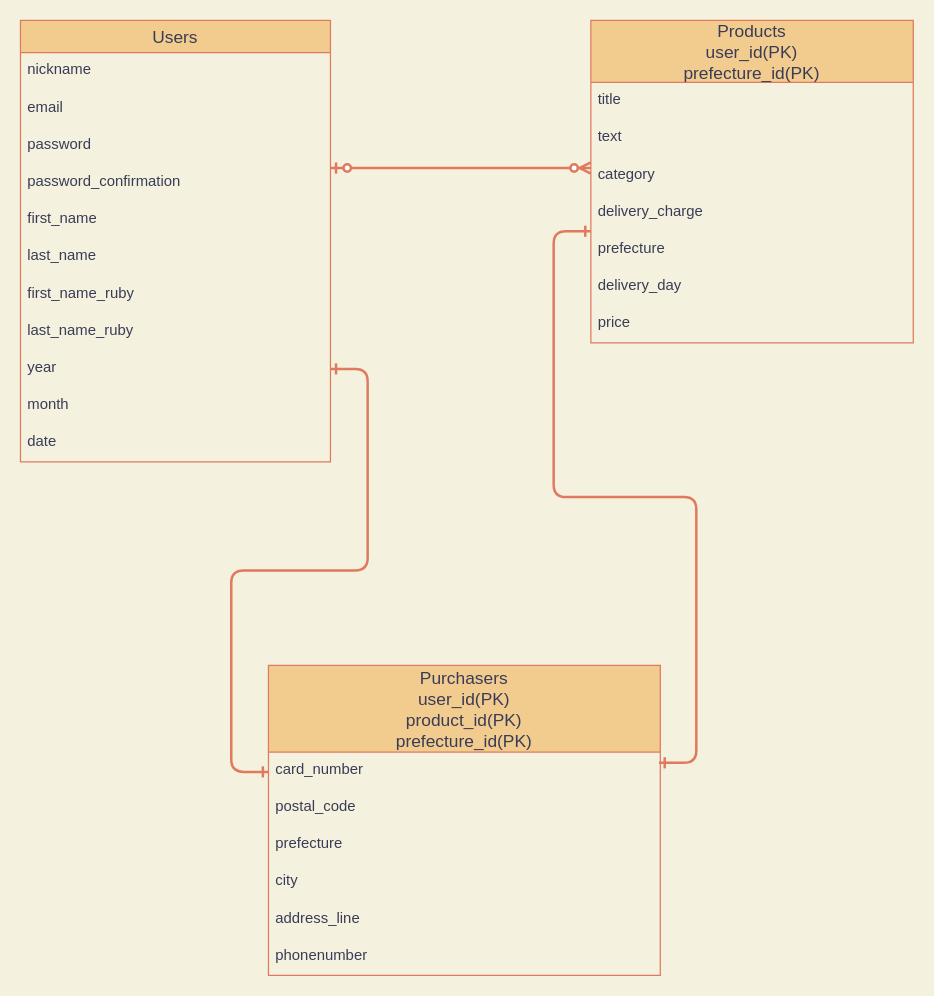
This is database_ER.dio from risaiwata/furima-35399, a draw.io file, before an edit. Source tidied: cells renumbered, new cells numbered last; positions are measured from the earlier drawing's top-left corner, leaving out a move shared by most shapes. Both pictures are drawn from the tidied source at 124%, with x=0, y=0 at pixel (20, 20).
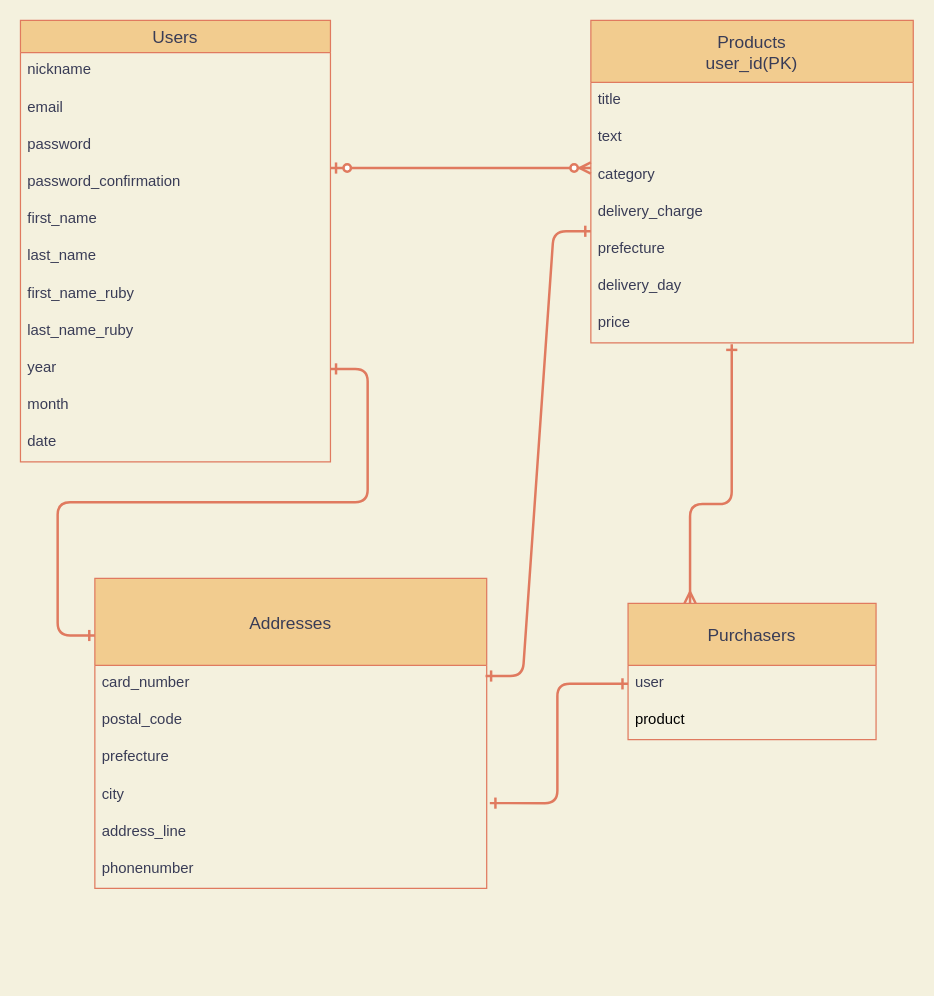
The same diagram, later.

Commit message (it also covers changes not shown here):
データ設計修正

The change refers to these unchanged cells:
```xml
<mxCell id="6" value="password_confirmation" style="text;strokeColor=none;fillColor=none;spacingLeft=4;spacingRight=4;overflow=hidden;points=[[0,0.5],[1,0.5]];portConstraint=eastwest;fontSize=12;rounded=0;sketch=0;fontColor=#393C56;" parent="2" vertex="1">
  <mxGeometry y="116" width="250" height="30" as="geometry" />
</mxCell>
<mxCell id="11" value="year" style="text;strokeColor=none;fillColor=none;spacingLeft=4;spacingRight=4;overflow=hidden;points=[[0,0.5],[1,0.5]];portConstraint=eastwest;fontSize=12;rounded=0;sketch=0;fontColor=#393C56;" parent="2" vertex="1">
  <mxGeometry y="266" width="250" height="30" as="geometry" />
</mxCell>
<mxCell id="17" value="category" style="text;strokeColor=none;fillColor=none;spacingLeft=4;spacingRight=4;overflow=hidden;points=[[0,0.5],[1,0.5]];portConstraint=eastwest;fontSize=12;rounded=0;sketch=0;fontColor=#393C56;" parent="14" vertex="1">
  <mxGeometry y="110" width="260" height="30" as="geometry" />
</mxCell>
<mxCell id="21" value="price" style="text;strokeColor=none;fillColor=none;spacingLeft=4;spacingRight=4;overflow=hidden;points=[[0,0.5],[1,0.5]];portConstraint=eastwest;fontSize=12;rounded=0;sketch=0;fontColor=#393C56;" parent="14" vertex="1">
  <mxGeometry y="230" width="260" height="30" as="geometry" />
</mxCell>
<mxCell id="23" value="card_number" style="text;strokeColor=none;fillColor=none;spacingLeft=4;spacingRight=4;overflow=hidden;points=[[0,0.5],[1,0.5]];portConstraint=eastwest;fontSize=12;fontColor=#393C56;" parent="22" vertex="1">
  <mxGeometry y="70" width="316" height="30" as="geometry" />
</mxCell>
<mxCell id="26" value="city" style="text;strokeColor=none;fillColor=none;spacingLeft=4;spacingRight=4;overflow=hidden;points=[[0,0.5],[1,0.5]];portConstraint=eastwest;fontSize=12;rounded=0;sketch=0;fontColor=#393C56;" parent="22" vertex="1">
  <mxGeometry y="160" width="316" height="30" as="geometry" />
</mxCell>
```

What changed in the source:
```diff
@@
-    <mxCell id="14" value="Products&#10;user_id(PK)&#10;prefecture_id(PK)" style="swimlane;fontStyle=0;horizontal=1;startSize=50;align=center;fontSize=14;rounded=0;sketch=0;strokeColor=#E07A5F;fillColor=#F2CC8F;fontColor=#393C56;" parent="1" vertex="1">
+    <mxCell id="14" value="Products&#10;user_id(PK)" style="swimlane;fontStyle=0;horizontal=1;startSize=50;align=center;fontSize=14;rounded=0;sketch=0;strokeColor=#E07A5F;fillColor=#F2CC8F;fontColor=#393C56;" parent="1" vertex="1">
       <mxGeometry x="460" width="260" height="260" as="geometry" />
     </mxCell>
@@
-    <mxCell id="22" value="Purchasers&#10;user_id(PK)&#10;product_id(PK)&#10;prefecture_id(PK)" style="swimlane;fontStyle=0;horizontal=1;startSize=70;align=center;fontSize=14;rounded=0;sketch=0;strokeColor=#E07A5F;fillColor=#F2CC8F;fontColor=#393C56;" parent="1" vertex="1">
-      <mxGeometry x="200" y="520" width="316" height="250" as="geometry" />
+    <mxCell id="22" value="Addresses" style="swimlane;fontStyle=0;horizontal=1;startSize=70;align=center;fontSize=14;rounded=0;sketch=0;strokeColor=#E07A5F;fillColor=#F2CC8F;fontColor=#393C56;" parent="1" vertex="1">
+      <mxGeometry x="60" y="450" width="316" height="250" as="geometry" />
     </mxCell>
@@
-    <mxCell id="29" style="edgeStyle=entityRelationEdgeStyle;fontSize=12;html=1;endArrow=ERzeroToMany;startArrow=ERzeroToOne;strokeColor=#E07A5F;fillColor=#F2CC8F;entryX=0;entryY=0.3;entryDx=0;entryDy=0;fontColor=#393C56;entryPerimeter=0;strokeWidth=2;labelBackgroundColor=#F4F1DE;exitX=1;exitY=0.1;exitDx=0;exitDy=0;exitPerimeter=0;" parent="1" edge="1" source="6" target="17">
+    <mxCell id="29" style="edgeStyle=entityRelationEdgeStyle;fontSize=12;html=1;endArrow=ERzeroToMany;startArrow=ERzeroToOne;strokeColor=#E07A5F;fillColor=#F2CC8F;entryX=0;entryY=0.3;entryDx=0;entryDy=0;fontColor=#393C56;entryPerimeter=0;strokeWidth=2;exitX=1;exitY=0.1;exitDx=0;exitDy=0;exitPerimeter=0;labelBackgroundColor=#F4F1DE;" parent="1" edge="1" source="6" target="17">
       <mxGeometry relative="1" as="geometry" />
     </mxCell>
-    <mxCell id="30" style="edgeStyle=entityRelationEdgeStyle;fontSize=12;html=1;endArrow=ERone;startArrow=ERone;strokeColor=#E07A5F;fillColor=#F2CC8F;startFill=0;endFill=0;strokeWidth=2;exitX=1;exitY=0.5;exitDx=0;exitDy=0;labelBackgroundColor=#F4F1DE;fontColor=#393C56;" parent="1" edge="1" source="11">
+    <mxCell id="30" style="edgeStyle=entityRelationEdgeStyle;fontSize=12;html=1;endArrow=ERone;startArrow=ERone;strokeColor=#E07A5F;fillColor=#F2CC8F;startFill=0;endFill=0;strokeWidth=2;exitX=1;exitY=0.5;exitDx=0;exitDy=0;fontColor=#393C56;labelBackgroundColor=#F4F1DE;" parent="1" edge="1" source="11">
       <mxGeometry relative="1" as="geometry">
-        <mxPoint x="200" y="606" as="targetPoint" />
+        <mxPoint x="60" y="496" as="targetPoint" />
       </mxGeometry>
     </mxCell>
-    <mxCell id="31" style="edgeStyle=entityRelationEdgeStyle;fontSize=12;html=1;endArrow=ERone;startArrow=ERone;strokeColor=#E07A5F;fillColor=#F2CC8F;exitX=0.997;exitY=0.289;exitDx=0;exitDy=0;exitPerimeter=0;startFill=0;endFill=0;strokeWidth=2;labelBackgroundColor=#F4F1DE;fontColor=#393C56;" parent="1" edge="1" source="23">
+    <mxCell id="31" style="edgeStyle=entityRelationEdgeStyle;fontSize=12;html=1;endArrow=ERone;startArrow=ERone;strokeColor=#E07A5F;fillColor=#F2CC8F;exitX=0.997;exitY=0.289;exitDx=0;exitDy=0;exitPerimeter=0;startFill=0;endFill=0;strokeWidth=2;fontColor=#393C56;labelBackgroundColor=#F4F1DE;" parent="1" edge="1" source="23">
       <mxGeometry relative="1" as="geometry">
         <mxPoint x="460" y="170" as="targetPoint" />
       </mxGeometry>
     </mxCell>
+    <mxCell id="32" style="edgeStyle=orthogonalEdgeStyle;curved=0;rounded=1;sketch=0;jettySize=auto;html=1;entryX=0.437;entryY=1.039;entryDx=0;entryDy=0;startArrow=ERmany;startFill=0;endArrow=ERone;endFill=0;strokeColor=#E07A5F;strokeWidth=2;fillColor=#F2CC8F;fontColor=#000000;entryPerimeter=0;" parent="1" edge="1" source="33" target="21">
+      <mxGeometry relative="1" as="geometry">
+        <Array as="points">
+          <mxPoint x="540" y="390" />
+          <mxPoint x="574" y="390" />
+        </Array>
+      </mxGeometry>
+    </mxCell>
+    <mxCell id="33" value="Purchasers" style="swimlane;fontStyle=0;horizontal=1;startSize=50;align=center;fontSize=14;rounded=0;sketch=0;strokeColor=#E07A5F;fillColor=#F2CC8F;fontColor=#393C56;" parent="1" vertex="1">
+      <mxGeometry x="490" y="470" width="200" height="110" as="geometry" />
+    </mxCell>
+    <mxCell id="34" value="user" style="text;strokeColor=none;fillColor=none;spacingLeft=4;spacingRight=4;overflow=hidden;points=[[0,0.5],[1,0.5]];portConstraint=eastwest;fontSize=12;fontColor=#393C56;" parent="33" vertex="1">
+      <mxGeometry y="50" width="200" height="30" as="geometry" />
+    </mxCell>
+    <mxCell id="35" value="product" style="text;strokeColor=none;fillColor=none;spacingLeft=4;spacingRight=4;overflow=hidden;fontSize=12;rounded=0;sketch=0;fontColor=#000000;" parent="33" vertex="1">
+      <mxGeometry y="80" width="200" height="30" as="geometry" />
+    </mxCell>
+    <mxCell id="36" style="edgeStyle=orthogonalEdgeStyle;curved=0;rounded=1;sketch=0;jettySize=auto;html=1;entryX=1.008;entryY=0.706;entryDx=0;entryDy=0;entryPerimeter=0;strokeColor=#E07A5F;fillColor=#F2CC8F;fontColor=#000000;startArrow=ERone;startFill=0;endArrow=ERone;endFill=0;strokeWidth=2;" parent="1" edge="1" source="34" target="26">
+      <mxGeometry relative="1" as="geometry" />
+    </mxCell>
```
